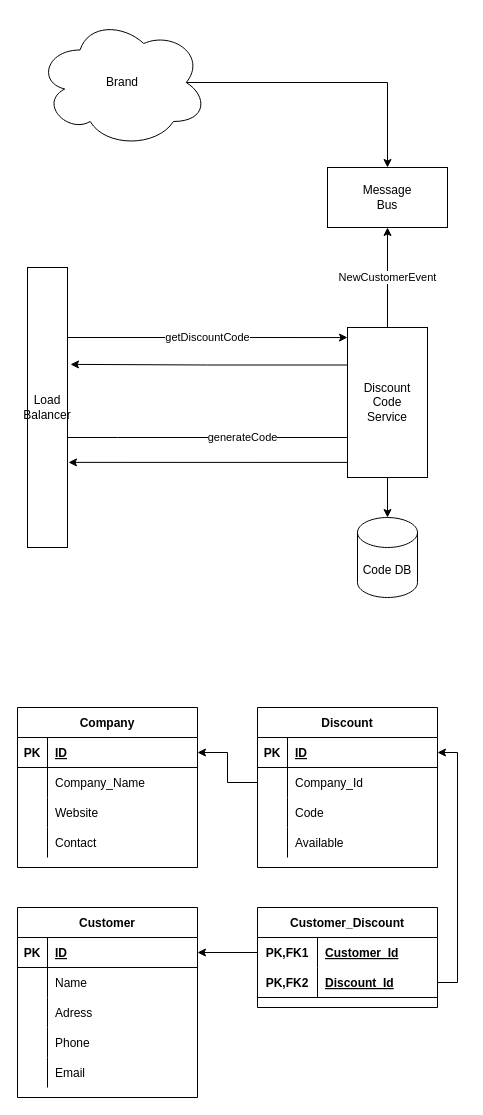
cpolatoglu/discount-code-service keeps this draw.io diagram as initial_design.drawio. Above is the earlier version. Source tidied: cells renumbered, new cells numbered last; positions are measured from the earlier drawing's top-left corner, leaving out a move shared by most shapes. Both pictures are drawn from the tidied source at 100%, with x=0, y=0 at pixel (17, 17).
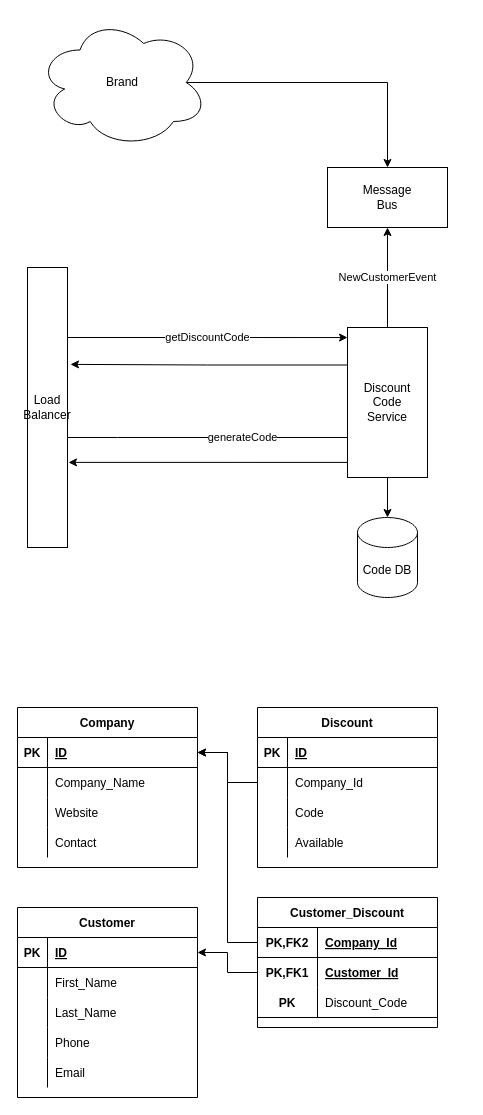
The same page after the edit.

The change refers to these unchanged cells:
```xml
<mxCell id="13" style="shape=partialRectangle;fillColor=none;top=0;left=0;bottom=1;right=0;points=[[0,0.5],[1,0.5]];portConstraint=eastwest;" parent="12" vertex="1">
  <mxGeometry y="30" width="180" height="30" as="geometry" />
</mxCell>
<mxCell id="26" style="shape=partialRectangle;fillColor=none;top=0;left=0;bottom=1;right=0;points=[[0,0.5],[1,0.5]];portConstraint=eastwest;" parent="25" vertex="1">
  <mxGeometry y="30" width="180" height="30" as="geometry" />
</mxCell>
<mxCell id="43" style="shape=partialRectangle;fillColor=none;top=0;left=0;bottom=0;right=0;" parent="39" vertex="1">
  <mxGeometry y="60" width="180" height="30" as="geometry" />
</mxCell>
<mxCell id="46" style="shape=partialRectangle;fillColor=none;top=0;left=0;bottom=0;right=0;" parent="39" vertex="1">
  <mxGeometry y="90" width="180" height="30" as="geometry" />
</mxCell>
```

Diff of the diagram source:
```diff
@@
-    <mxCell id="45" value="Name" style="shape=partialRectangle;fillColor=none;top=0;left=0;bottom=0;right=0;align=left;spacingLeft=6;overflow=hidden;" parent="43" vertex="1">
+    <mxCell id="45" value="First_Name" style="shape=partialRectangle;fillColor=none;top=0;left=0;bottom=0;right=0;align=left;spacingLeft=6;overflow=hidden;" parent="43" vertex="1">
       <mxGeometry x="30" width="150" height="30" as="geometry" />
     </mxCell>
@@
-    <mxCell id="48" value="Adress" style="shape=partialRectangle;fillColor=none;top=0;left=0;bottom=0;right=0;align=left;spacingLeft=6;overflow=hidden;" parent="46" vertex="1">
+    <mxCell id="48" value="Last_Name" style="shape=partialRectangle;fillColor=none;top=0;left=0;bottom=0;right=0;align=left;spacingLeft=6;overflow=hidden;" parent="46" vertex="1">
       <mxGeometry x="30" width="150" height="30" as="geometry" />
     </mxCell>
@@
     <mxCell id="55" value="Customer_Discount" style="shape=table;startSize=30;childLayout=tableLayout;rowLines=0;fontStyle=1;align=center;" parent="1" vertex="1">
-      <mxGeometry x="240" y="890" width="180" height="100" as="geometry" />
+      <mxGeometry x="240" y="880" width="180" height="130" as="geometry" />
     </mxCell>
+    <mxCell id="59" style="shape=partialRectangle;fillColor=none;top=0;left=0;bottom=1;right=0;points=[[0,0.5],[1,0.5]];portConstraint=eastwest;" parent="55" vertex="1">
+      <mxGeometry y="30" width="180" height="30" as="geometry" />
+    </mxCell>
+    <mxCell id="60" value="PK,FK2" style="shape=partialRectangle;fillColor=none;top=0;left=0;bottom=0;right=0;fontStyle=1;overflow=hidden;" parent="59" vertex="1">
+      <mxGeometry width="60" height="30" as="geometry" />
+    </mxCell>
+    <mxCell id="61" value="Company_Id" style="shape=partialRectangle;fillColor=none;top=0;left=0;bottom=0;right=0;align=left;spacingLeft=6;fontStyle=5;overflow=hidden;" parent="59" vertex="1">
+      <mxGeometry x="60" width="120" height="30" as="geometry" />
+    </mxCell>
     <mxCell id="56" style="shape=partialRectangle;fillColor=none;top=0;left=0;bottom=0;right=0;points=[[0,0.5],[1,0.5]];portConstraint=eastwest;" parent="55" vertex="1">
-      <mxGeometry y="30" width="180" height="30" as="geometry" />
+      <mxGeometry y="60" width="180" height="30" as="geometry" />
     </mxCell>
@@
-    <mxCell id="59" style="shape=partialRectangle;fillColor=none;top=0;left=0;bottom=1;right=0;points=[[0,0.5],[1,0.5]];portConstraint=eastwest;" parent="55" vertex="1">
-      <mxGeometry y="60" width="180" height="30" as="geometry" />
-    </mxCell>
-    <mxCell id="60" value="PK,FK2" style="shape=partialRectangle;fillColor=none;top=0;left=0;bottom=0;right=0;fontStyle=1;overflow=hidden;" parent="59" vertex="1">
-      <mxGeometry width="60" height="30" as="geometry" />
-    </mxCell>
-    <mxCell id="61" value="Discount_Id" style="shape=partialRectangle;fillColor=none;top=0;left=0;bottom=0;right=0;align=left;spacingLeft=6;fontStyle=5;overflow=hidden;" parent="59" vertex="1">
-      <mxGeometry x="60" width="120" height="30" as="geometry" />
-    </mxCell>
+    <mxCell id="66" style="shape=partialRectangle;fillColor=none;top=0;left=0;bottom=1;right=0;" parent="55" vertex="1">
+      <mxGeometry y="90" width="180" height="30" as="geometry" />
+    </mxCell>
+    <mxCell id="67" value="PK" style="shape=partialRectangle;fillColor=none;top=0;left=0;bottom=0;right=0;fontStyle=1;overflow=hidden;" parent="66" vertex="1">
+      <mxGeometry width="60" height="30" as="geometry" />
+    </mxCell>
+    <mxCell id="68" value="Discount_Code" style="shape=partialRectangle;fillColor=none;top=0;left=0;bottom=0;right=0;align=left;spacingLeft=6;fontStyle=0;overflow=hidden;" parent="66" vertex="1">
+      <mxGeometry x="60" width="120" height="30" as="geometry" />
+    </mxCell>
@@
-    <mxCell id="63" style="edgeStyle=orthogonalEdgeStyle;rounded=0;jettySize=auto;html=1;exitX=1;exitY=0.5;exitDx=0;exitDy=0;entryX=1;entryY=0.5;entryDx=0;entryDy=0;" parent="1" edge="1" source="59" target="26">
-      <mxGeometry relative="1" as="geometry" />
-    </mxCell>
@@
+    <mxCell id="69" style="edgeStyle=orthogonalEdgeStyle;rounded=0;jettySize=auto;html=1;exitX=0;exitY=0.5;exitDx=0;exitDy=0;entryX=1;entryY=0.5;entryDx=0;entryDy=0;" parent="1" edge="1" source="59" target="13">
+      <mxGeometry relative="1" as="geometry" />
+    </mxCell>
```
